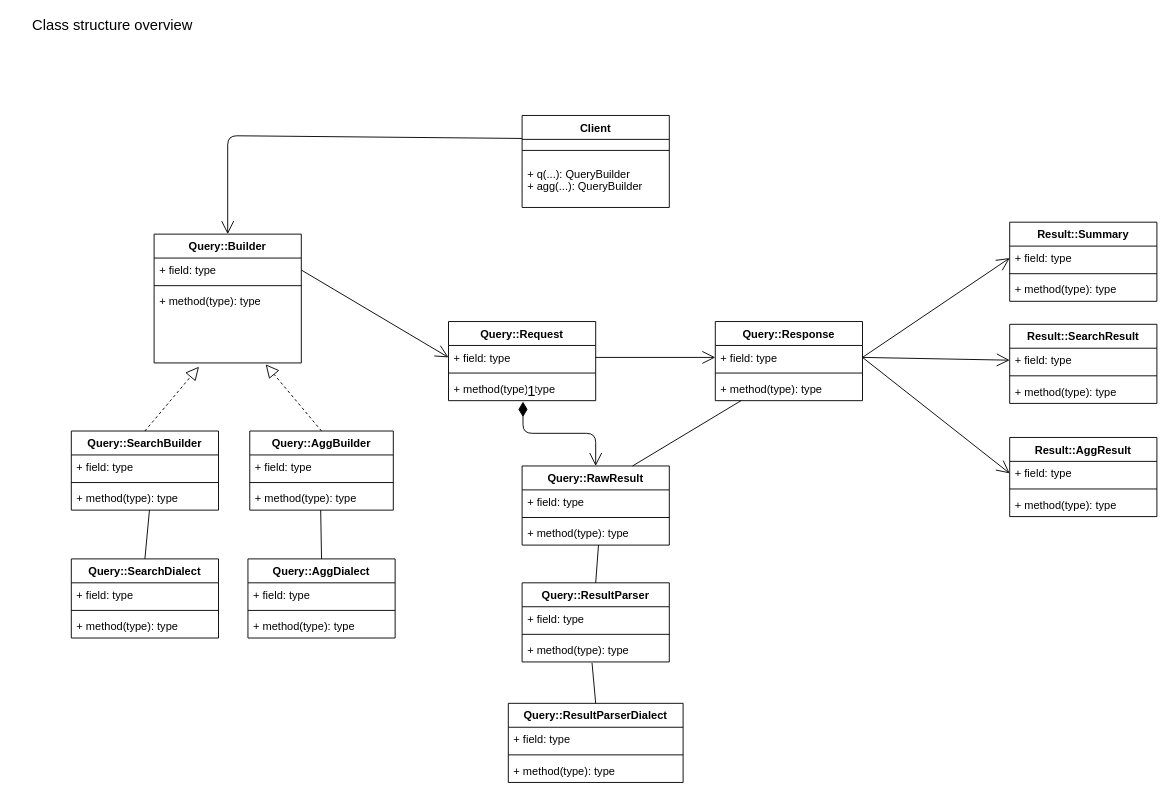
Before: docs/class_diagram.drawio in Aramassa/elastic_mini_query, a draw.io diagram. Source tidied: cells renumbered, new cells numbered last; positions are measured from the earlier drawing's top-left corner, leaving out a move shared by most shapes. Both pictures are drawn from the tidied source at 92%, with x=0, y=0 at pixel (16, 16).
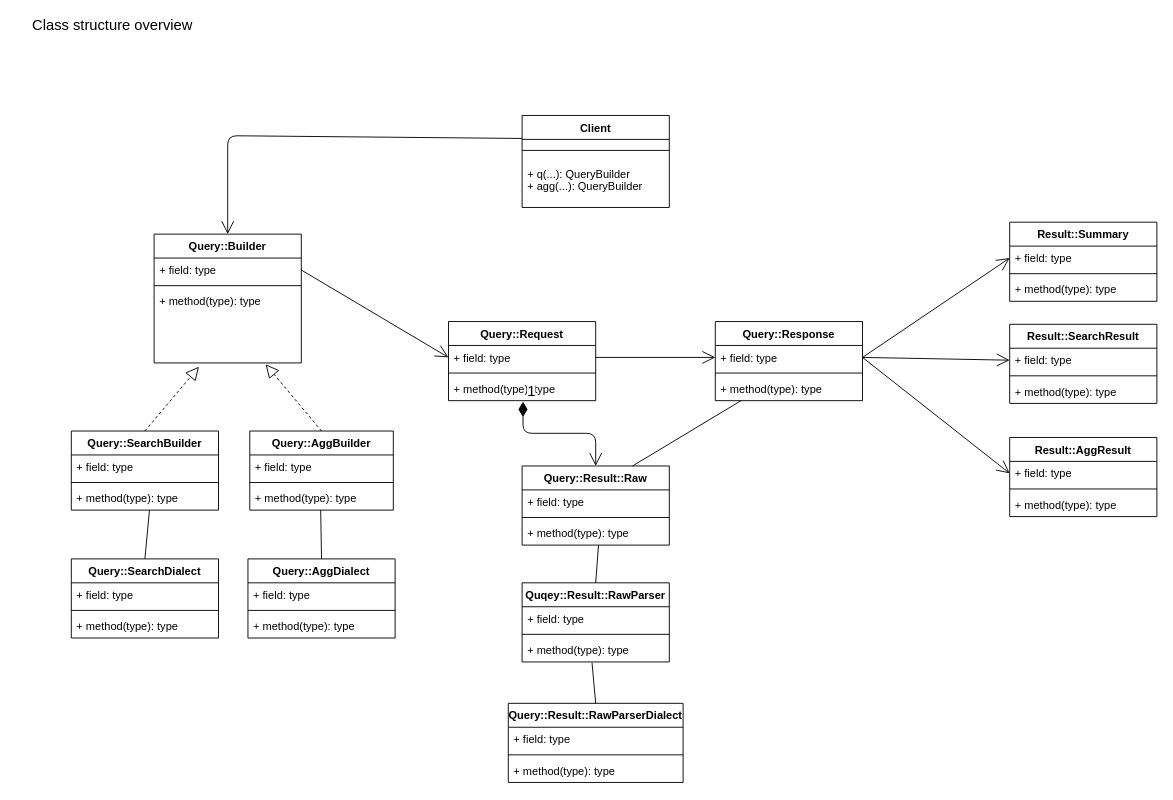
After the change.

Change to the diagram source:
```diff
@@
-    <mxCell id="43" value="Query::RawResult" style="swimlane;fontStyle=1;align=center;verticalAlign=top;horizontal=1;startSize=26;" parent="1" vertex="1">
+    <mxCell id="43" value="Query::Result::Raw&#10;" style="swimlane;fontStyle=1;align=center;verticalAlign=top;horizontal=1;startSize=26;" parent="1" vertex="1">
       <mxGeometry x="550" y="489" width="160" height="86" as="geometry" />
     </mxCell>
@@
-    <mxCell id="47" value="Query::ResultParser" style="swimlane;fontStyle=1;align=center;verticalAlign=top;horizontal=1;startSize=26;" parent="1" vertex="1">
+    <mxCell id="47" value="Quqey::Result::RawParser" style="swimlane;fontStyle=1;align=center;verticalAlign=top;horizontal=1;startSize=26;" parent="1" vertex="1">
       <mxGeometry x="550" y="616" width="160" height="86" as="geometry" />
     </mxCell>
@@
-    <mxCell id="51" value="Query::ResultParserDialect" style="swimlane;fontStyle=1;align=center;verticalAlign=top;horizontal=1;startSize=26;" parent="1" vertex="1">
+    <mxCell id="51" value="Query::Result::RawParserDialect" style="swimlane;fontStyle=1;align=center;verticalAlign=top;horizontal=1;startSize=26;" parent="1" vertex="1">
       <mxGeometry x="535" y="747" width="190" height="86" as="geometry" />
     </mxCell>
```
